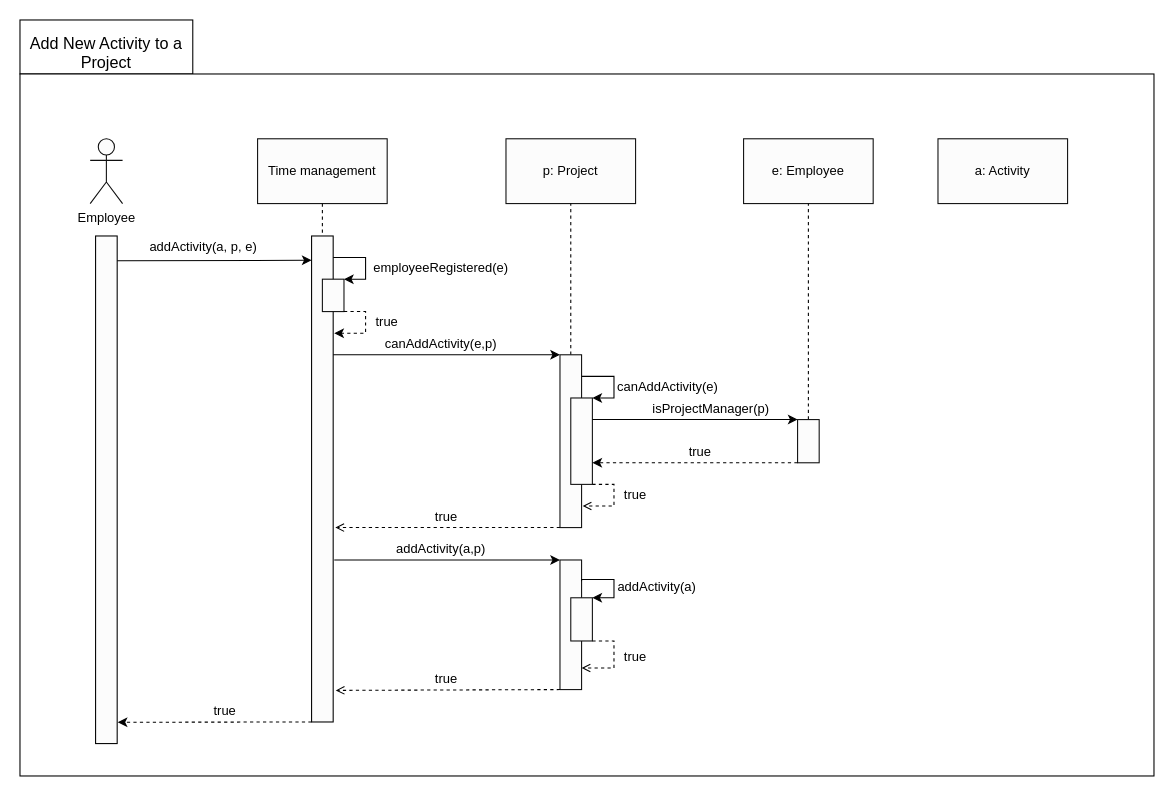
Earlier version of the draw.io diagram addNewActivity-sequence-diagram.drawio (HLLissau/SoftwareProjekt). Source tidied: cells renumbered, new cells numbered last; positions are measured from the earlier drawing's top-left corner, leaving out a move shared by most shapes. Both pictures are drawn from the tidied source at 108%, with x=0, y=0 at pixel (19, 19).
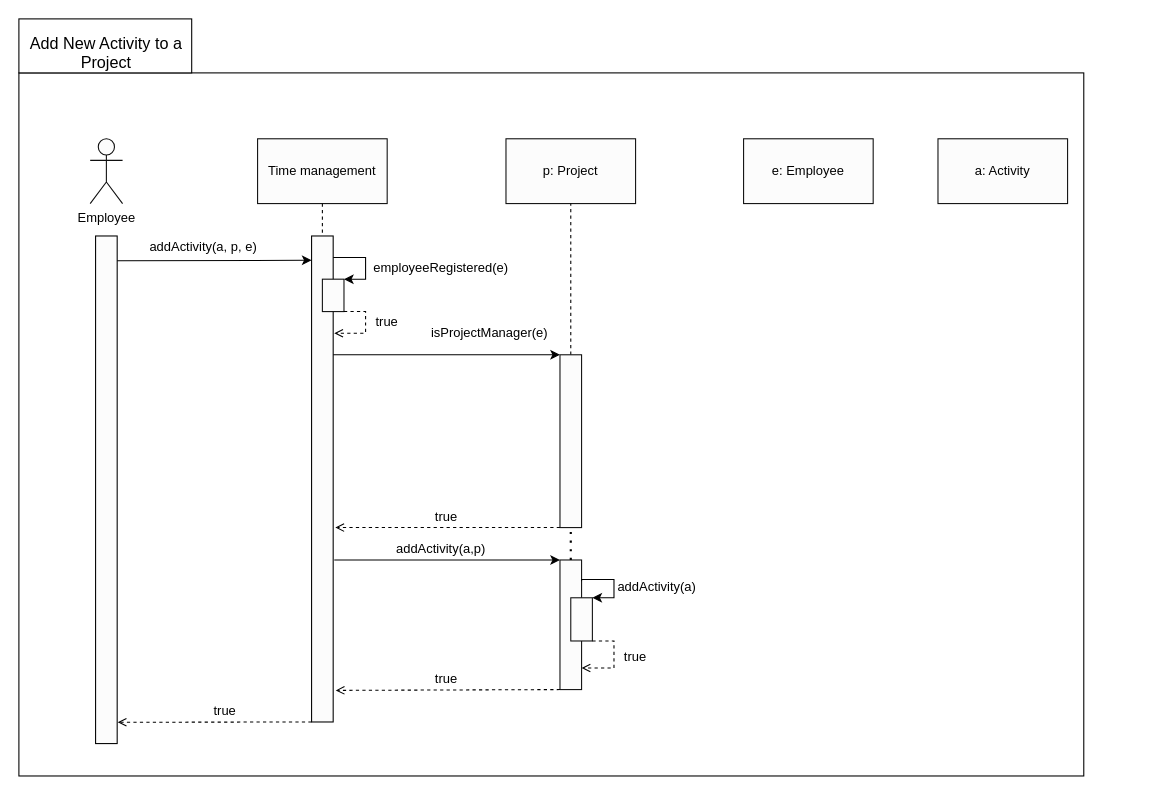
The same diagram, later.

Unchanged cells that the change refers to:
```xml
<mxCell id="4" style="rounded=0;whiteSpace=wrap;html=1;fillColor=#FCFCFC;" parent="1" vertex="1">
  <mxGeometry x="270" y="200" width="20" height="450" as="geometry" />
</mxCell>
<mxCell id="7" value="e: Employee" style="rounded=0;whiteSpace=wrap;html=1;fillColor=#FCFCFC;strokeColor=#0F0F0F;" parent="1" vertex="1">
  <mxGeometry x="670" y="110" width="120" height="60" as="geometry" />
</mxCell>
<mxCell id="10" style="rounded=0;whiteSpace=wrap;html=1;fillColor=#FCFCFC;" parent="1" vertex="1">
  <mxGeometry x="70" y="200" width="20" height="470" as="geometry" />
</mxCell>
<mxCell id="16" style="rounded=0;whiteSpace=wrap;html=1;strokeColor=#0F0F0F;fillColor=#FCFCFC;" parent="1" vertex="1">
  <mxGeometry x="280" y="240" width="20" height="30" as="geometry" />
</mxCell>
<mxCell id="20" style="rounded=0;whiteSpace=wrap;html=1;strokeColor=#0F0F0F;fillColor=#FCFCFC;" parent="1" vertex="1">
  <mxGeometry x="500" y="310" width="20" height="160" as="geometry" />
</mxCell>
<mxCell id="35" style="rounded=0;whiteSpace=wrap;html=1;strokeColor=#0F0F0F;fillColor=#FCFCFC;" parent="1" vertex="1">
  <mxGeometry x="500" y="500" width="20" height="120" as="geometry" />
</mxCell>
```

Diff of the diagram source:
```diff
@@
+    <mxCell id="49" style="rounded=0;whiteSpace=wrap;html=1;" parent="1" vertex="1">
+      <mxGeometry x="-1" y="49" width="986" height="651" as="geometry" />
+    </mxCell>
     <mxCell id="2" style="rounded=0;whiteSpace=wrap;html=1;" parent="1" vertex="1">
-      <mxGeometry width="160" height="50" as="geometry" />
+      <mxGeometry x="-1" y="-1" width="160" height="50" as="geometry" />
     </mxCell>
-    <mxCell id="3" style="rounded=0;whiteSpace=wrap;html=1;" parent="1" vertex="1">
-      <mxGeometry y="50" width="1050" height="650" as="geometry" />
-    </mxCell>
@@
-    <mxCell id="15" style="endArrow=none;dashed=1;html=1;entryX=0.5;entryY=1;entryDx=0;entryDy=0;exitX=0.5;exitY=0;exitDx=0;exitDy=0;" parent="1" edge="1" source="27" target="7">
-      <mxGeometry relative="1" as="geometry" />
-    </mxCell>
@@
-    <mxCell id="19" style="endArrow=classic;html=1;dashed=1;exitX=1;exitY=1;exitDx=0;exitDy=0;rounded=0;" parent="1" edge="1" source="16">
+    <mxCell id="19" style="endArrow=open;html=1;dashed=1;exitX=1;exitY=1;exitDx=0;exitDy=0;rounded=0;endFill=0;" parent="1" edge="1" source="16">
       <mxGeometry relative="1" as="geometry">
         <mxPoint x="291" y="290" as="targetPoint" />
         <Array as="points">
           <mxPoint x="320" y="270" />
           <mxPoint x="320" y="290" />
         </Array>
       </mxGeometry>
     </mxCell>
@@
-    <mxCell id="22" value="canAddActivity(e,p)" style="text;html=1;strokeColor=none;fillColor=none;align=center;verticalAlign=middle;whiteSpace=wrap;rounded=0;" parent="1" vertex="1">
-      <mxGeometry x="370" y="290" width="40" height="20" as="geometry" />
+    <mxCell id="22" value="isProjectManager(e)" style="text;html=1;strokeColor=none;fillColor=none;align=center;verticalAlign=middle;whiteSpace=wrap;rounded=0;" parent="1" vertex="1">
+      <mxGeometry x="360" y="280" width="150" height="20" as="geometry" />
     </mxCell>
-    <mxCell id="23" style="rounded=0;whiteSpace=wrap;html=1;strokeColor=#0F0F0F;fillColor=#FCFCFC;" parent="1" vertex="1">
-      <mxGeometry x="510" y="350" width="20" height="80" as="geometry" />
-    </mxCell>
-    <mxCell id="24" style="endArrow=classic;html=1;entryX=1;entryY=0;entryDx=0;entryDy=0;edgeStyle=orthogonalEdgeStyle;rounded=0;exitX=1.01;exitY=0.125;exitDx=0;exitDy=0;exitPerimeter=0;" parent="1" edge="1" source="20" target="23">
-      <mxGeometry relative="1" as="geometry">
-        <Array as="points">
-          <mxPoint x="550" y="330" />
-          <mxPoint x="550" y="350" />
-        </Array>
-      </mxGeometry>
-    </mxCell>
-    <mxCell id="25" value="canAddActivity(e)" style="text;html=1;strokeColor=none;fillColor=none;align=center;verticalAlign=middle;whiteSpace=wrap;rounded=0;" parent="1" vertex="1">
-      <mxGeometry x="580" y="330" width="40" height="20" as="geometry" />
-    </mxCell>
-    <mxCell id="26" style="endArrow=open;html=1;exitX=1;exitY=1;exitDx=0;exitDy=0;dashed=1;endFill=0;rounded=0;" parent="1" edge="1" source="23">
-      <mxGeometry relative="1" as="geometry">
-        <mxPoint x="521" y="450" as="targetPoint" />
-        <Array as="points">
-          <mxPoint x="550" y="430" />
-          <mxPoint x="550" y="450" />
-        </Array>
-      </mxGeometry>
-    </mxCell>
-    <mxCell id="27" style="rounded=0;whiteSpace=wrap;html=1;strokeColor=#0F0F0F;fillColor=#FCFCFC;" parent="1" vertex="1">
-      <mxGeometry x="720" y="370" width="20" height="40" as="geometry" />
-    </mxCell>
-    <mxCell id="28" style="endArrow=classic;html=1;entryX=0;entryY=0;entryDx=0;entryDy=0;" parent="1" edge="1" target="27">
-      <mxGeometry relative="1" as="geometry">
-        <mxPoint x="530" y="370" as="sourcePoint" />
-      </mxGeometry>
-    </mxCell>
-    <mxCell id="29" value="isProjectManager(p)" style="text;html=1;strokeColor=none;fillColor=none;align=center;verticalAlign=middle;whiteSpace=wrap;rounded=0;" parent="1" vertex="1">
-      <mxGeometry x="620" y="350" width="40" height="20" as="geometry" />
-    </mxCell>
-    <mxCell id="30" style="endArrow=classic;html=1;exitX=0;exitY=1;exitDx=0;exitDy=0;entryX=1;entryY=0.75;entryDx=0;entryDy=0;dashed=1;" parent="1" edge="1" source="27" target="23">
-      <mxGeometry relative="1" as="geometry" />
-    </mxCell>
-    <mxCell id="31" value="true" style="text;html=1;strokeColor=none;fillColor=none;align=center;verticalAlign=middle;whiteSpace=wrap;rounded=0;" parent="1" vertex="1">
-      <mxGeometry x="610" y="390" width="40" height="20" as="geometry" />
-    </mxCell>
-    <mxCell id="32" value="true" style="text;html=1;strokeColor=none;fillColor=none;align=center;verticalAlign=middle;whiteSpace=wrap;rounded=0;" parent="1" vertex="1">
-      <mxGeometry x="550" y="430" width="40" height="20" as="geometry" />
-    </mxCell>
@@
-    <mxCell id="45" style="endArrow=classic;html=1;dashed=1;exitX=0;exitY=1;exitDx=0;exitDy=0;entryX=1.024;entryY=0.958;entryDx=0;entryDy=0;entryPerimeter=0;" parent="1" edge="1" source="4" target="10">
+    <mxCell id="45" style="endArrow=open;html=1;dashed=1;exitX=0;exitY=1;exitDx=0;exitDy=0;entryX=1.024;entryY=0.958;entryDx=0;entryDy=0;entryPerimeter=0;endFill=0;" parent="1" edge="1" source="4" target="10">
       <mxGeometry relative="1" as="geometry" />
     </mxCell>
@@
+    <mxCell id="50" style="endArrow=none;dashed=1;html=1;dashPattern=1 3;strokeWidth=2;exitX=0.5;exitY=0;exitDx=0;exitDy=0;entryX=0.5;entryY=1;entryDx=0;entryDy=0;" parent="1" edge="1" source="35" target="20">
+      <mxGeometry relative="1" as="geometry" />
+    </mxCell>
```
